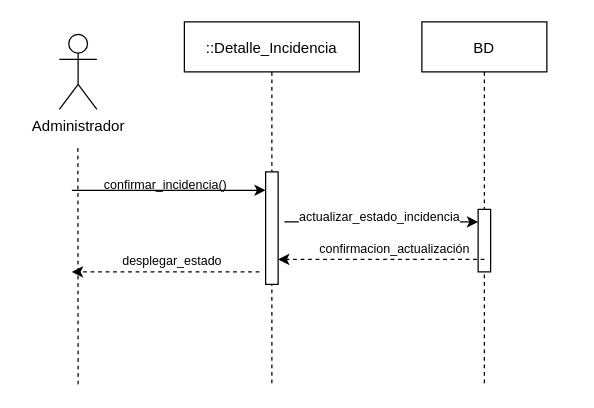
The draw.io diagram page "Página-4" (4 of 10) of sec_reporte_incidencia.drawio in alangamboa97/TT, before the edit. Source tidied: cells renumbered, new cells numbered last; positions are measured from the earlier drawing's top-left corner, leaving out a move shared by most shapes. Both pictures are drawn from the tidied source at 125%, with x=0, y=0 at pixel (59, 21).
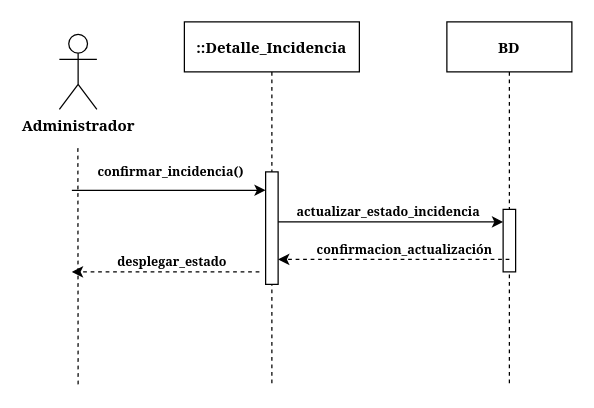
The same page after the edit.

Diff of the diagram source:
```diff
@@
-    <mxCell id="2" value="::Detalle_Incidencia" style="shape=umlLifeline;perimeter=lifelinePerimeter;rounded=0;shadow=0;strokeWidth=1;" parent="1" vertex="1">
+    <mxCell id="2" value="::Detalle_Incidencia" style="shape=umlLifeline;perimeter=lifelinePerimeter;rounded=0;shadow=0;strokeWidth=1;fontFamily=Georgia;fontStyle=1;" parent="1" vertex="1">
       <mxGeometry x="100" width="140" height="290" as="geometry" />
     </mxCell>
-    <mxCell id="3" style="points=[];perimeter=orthogonalPerimeter;rounded=0;shadow=0;strokeWidth=1;" parent="2" vertex="1">
+    <mxCell id="3" style="points=[];perimeter=orthogonalPerimeter;rounded=0;shadow=0;strokeWidth=1;fontFamily=Georgia;fontStyle=1;" parent="2" vertex="1">
       <mxGeometry x="65" y="120" width="10" height="90" as="geometry" />
     </mxCell>
+    <mxCell id="13" value="confirmar_incidencia()" style="text;strokeColor=none;fillColor=none;align=left;verticalAlign=middle;spacingLeft=4;spacingRight=4;overflow=hidden;fontSize=10;fontFamily=Georgia;fontStyle=1;" parent="2" vertex="1">
+      <mxGeometry x="-75" y="100" width="150" height="40" as="geometry" />
+    </mxCell>
-    <mxCell id="4" value="BD" style="shape=umlLifeline;perimeter=lifelinePerimeter;rounded=0;shadow=0;strokeWidth=1;" parent="1" vertex="1">
-      <mxGeometry x="290" width="100" height="290" as="geometry" />
+    <mxCell id="4" value="BD" style="shape=umlLifeline;perimeter=lifelinePerimeter;rounded=0;shadow=0;strokeWidth=1;fontFamily=Georgia;fontStyle=1;" parent="1" vertex="1">
+      <mxGeometry x="310" width="100" height="290" as="geometry" />
     </mxCell>
-    <mxCell id="5" style="points=[];perimeter=orthogonalPerimeter;rounded=0;shadow=0;strokeWidth=1;" parent="4" vertex="1">
+    <mxCell id="5" style="points=[];perimeter=orthogonalPerimeter;rounded=0;shadow=0;strokeWidth=1;fontFamily=Georgia;fontStyle=1;" parent="4" vertex="1">
       <mxGeometry x="45" y="150" width="10" height="50" as="geometry" />
     </mxCell>
-    <mxCell id="6" style="endArrow=classic;html=1;rounded=0;" parent="4" edge="1">
+    <mxCell id="6" style="endArrow=classic;html=1;rounded=0;fontFamily=Georgia;fontStyle=1;" parent="4" edge="1" source="3">
       <mxGeometry relative="1" as="geometry">
-        <mxPoint x="-110" y="160" as="sourcePoint" />
         <mxPoint x="45" y="160" as="targetPoint" />
         <Array as="points">
           <mxPoint x="-50" y="160" />
         </Array>
       </mxGeometry>
     </mxCell>
-    <mxCell id="7" value="actualizar_estado_incidencia" style="edgeLabel;html=1;align=center;verticalAlign=middle;fontSize=10;" parent="6" vertex="1">
+    <mxCell id="7" value="actualizar_estado_incidencia" style="edgeLabel;html=1;align=center;verticalAlign=middle;fontSize=10;fontFamily=Georgia;fontStyle=1;" parent="6" vertex="1">
       <mxGeometry x="-0.04" y="-1" relative="1" as="geometry">
-        <mxPoint x="1" y="-6" as="offset" />
+        <mxPoint x="1" y="-11" as="offset" />
       </mxGeometry>
     </mxCell>
-    <mxCell id="8" value="Administrador" style="shape=umlActor;verticalLabelPosition=bottom;verticalAlign=top;html=1;" parent="1" vertex="1">
+    <mxCell id="8" value="Administrador" style="shape=umlActor;verticalLabelPosition=bottom;verticalAlign=top;html=1;fontFamily=Georgia;fontStyle=1;" parent="1" vertex="1">
       <mxGeometry y="10" width="30" height="60" as="geometry" />
     </mxCell>
-    <mxCell id="9" style="endArrow=none;dashed=1;html=1;rounded=0;" parent="1" edge="1">
+    <mxCell id="9" style="endArrow=none;dashed=1;html=1;rounded=0;fontFamily=Georgia;fontStyle=1;" parent="1" edge="1">
       <mxGeometry relative="1" as="geometry">
         <mxPoint x="15" y="290" as="sourcePoint" />
         <mxPoint x="14.8" y="100" as="targetPoint" />
       </mxGeometry>
     </mxCell>
-    <mxCell id="10" style="endArrow=classic;html=1;rounded=0;" parent="1" edge="1" target="3">
+    <mxCell id="10" style="endArrow=classic;html=1;rounded=0;fontFamily=Georgia;fontStyle=1;" parent="1" edge="1" target="3">
       <mxGeometry relative="1" as="geometry">
         <mxPoint x="10" y="134.7" as="sourcePoint" />
         <Array as="points">
           <mxPoint x="70" y="134.7" />
         </Array>
       </mxGeometry>
     </mxCell>
-    <mxCell id="11" style="endArrow=classic;html=1;rounded=0;dashed=1;fontSize=10;exitX=0.5;exitY=0.8;exitDx=0;exitDy=0;exitPerimeter=0;" parent="1" edge="1" source="5">
+    <mxCell id="11" style="endArrow=classic;html=1;rounded=0;dashed=1;fontSize=10;exitX=0.5;exitY=0.8;exitDx=0;exitDy=0;exitPerimeter=0;fontFamily=Georgia;fontStyle=1;" parent="1" edge="1" source="5">
       <mxGeometry relative="1" as="geometry">
         <mxPoint x="175" y="190" as="targetPoint" />
       </mxGeometry>
     </mxCell>
-    <mxCell id="12" value="confirmacion_actualización" style="edgeLabel;html=1;align=center;verticalAlign=middle;fontSize=10;" parent="11" vertex="1">
+    <mxCell id="12" value="confirmacion_actualización" style="edgeLabel;html=1;align=center;verticalAlign=middle;fontSize=10;fontFamily=Georgia;fontStyle=1;" parent="11" vertex="1">
       <mxGeometry x="0.12" relative="1" as="geometry">
         <mxPoint x="19" y="-10" as="offset" />
       </mxGeometry>
     </mxCell>
-    <mxCell id="13" value="confirmar_incidencia()" style="text;strokeColor=none;fillColor=none;align=left;verticalAlign=middle;spacingLeft=4;spacingRight=4;overflow=hidden;fontSize=10;" parent="1" vertex="1">
-      <mxGeometry x="30" y="110" width="150" height="40" as="geometry" />
-    </mxCell>
-    <mxCell id="14" style="endArrow=classic;html=1;rounded=0;dashed=1;fontSize=10;" parent="1" edge="1">
+    <mxCell id="14" style="endArrow=classic;html=1;rounded=0;dashed=1;fontSize=10;fontFamily=Georgia;fontStyle=1;" parent="1" edge="1">
       <mxGeometry relative="1" as="geometry">
         <mxPoint x="160" y="200" as="sourcePoint" />
         <mxPoint x="10" y="200" as="targetPoint" />
       </mxGeometry>
     </mxCell>
-    <mxCell id="15" value="desplegar_estado" style="edgeLabel;html=1;align=center;verticalAlign=middle;fontSize=10;" parent="14" vertex="1">
+    <mxCell id="15" value="desplegar_estado" style="edgeLabel;html=1;align=center;verticalAlign=middle;fontSize=10;fontFamily=Georgia;fontStyle=1;" parent="14" vertex="1">
       <mxGeometry x="0.12" relative="1" as="geometry">
         <mxPoint x="14" y="-10" as="offset" />
       </mxGeometry>
     </mxCell>
```
